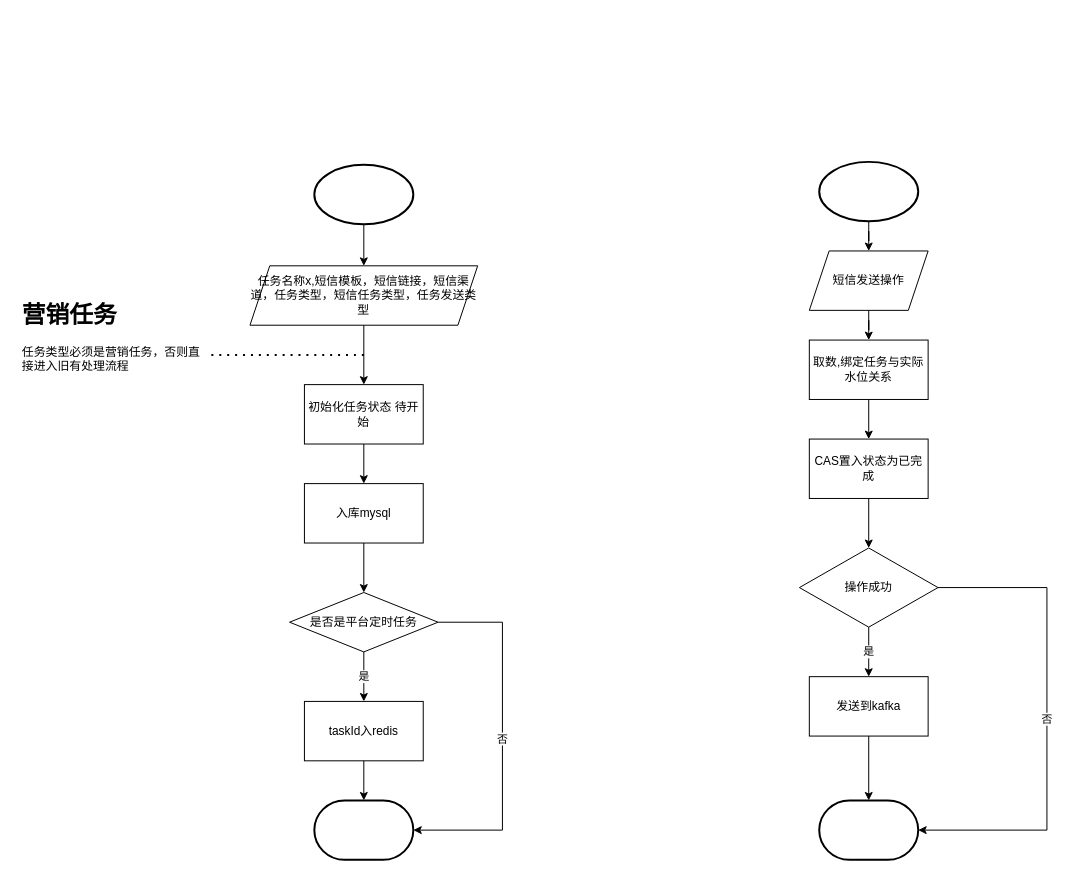
Earlier version of the draw.io diagram page "Page-4" (4 of 4) of 营销任务重构.drawio (hack0303/draw.io-store). Source tidied: cells renumbered, new cells numbered last; positions are measured from the earlier drawing's top-left corner, leaving out a move shared by most shapes. Both pictures are drawn from the tidied source at 99%, with x=0, y=0 at pixel (17, 161).
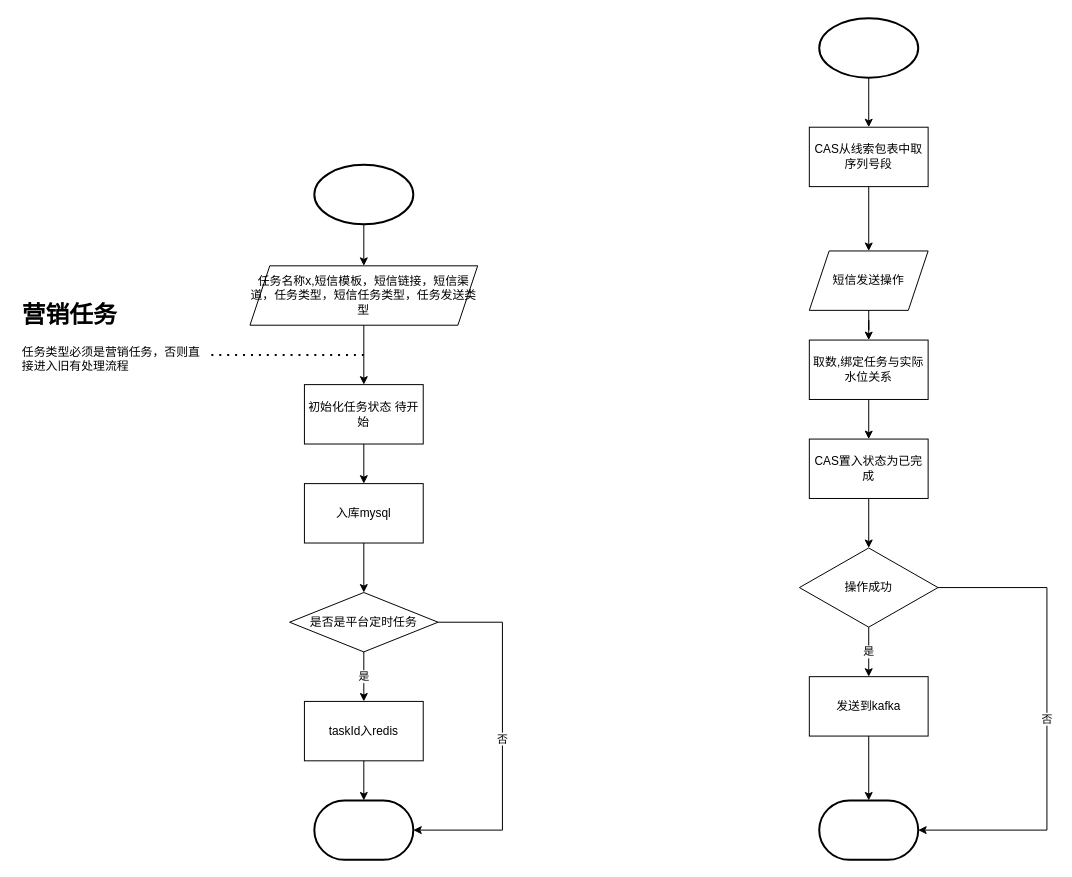
After the change.

The change refers to these unchanged cells:
```xml
<mxCell id="18" value="短信发送操作" style="shape=parallelogram;perimeter=parallelogramPerimeter;whiteSpace=wrap;html=1;fixedSize=1;fillColor=none;" parent="1" vertex="1">
  <mxGeometry x="800" y="90" width="120" height="60" as="geometry" />
</mxCell>
```

Change to the diagram source:
```diff
@@
-    <mxCell id="5" style="edgeStyle=orthogonalEdgeStyle;rounded=0;jettySize=auto;html=1;" parent="1" edge="1" source="6" target="18">
-      <mxGeometry relative="1" as="geometry" />
-    </mxCell>
+    <mxCell id="32" style="edgeStyle=orthogonalEdgeStyle;rounded=0;jettySize=auto;html=1;" parent="1" edge="1" source="6" target="34">
+      <mxGeometry relative="1" as="geometry" />
+    </mxCell>
     <mxCell id="6" style="strokeWidth=2;html=1;shape=mxgraph.flowchart.start_1;whiteSpace=wrap;fillColor=none;" parent="1" vertex="1">
-      <mxGeometry x="810" width="100" height="60" as="geometry" />
+      <mxGeometry x="810" y="-145" width="100" height="60" as="geometry" />
     </mxCell>
@@
+    <mxCell id="33" style="edgeStyle=orthogonalEdgeStyle;rounded=0;jettySize=auto;html=1;" parent="1" edge="1" source="34" target="18">
+      <mxGeometry relative="1" as="geometry" />
+    </mxCell>
+    <mxCell id="34" value="CAS从线索包表中取序列号段" style="rounded=0;whiteSpace=wrap;html=1;fillColor=none;" parent="1" vertex="1">
+      <mxGeometry x="800" y="-35" width="120" height="60" as="geometry" />
+    </mxCell>
```
